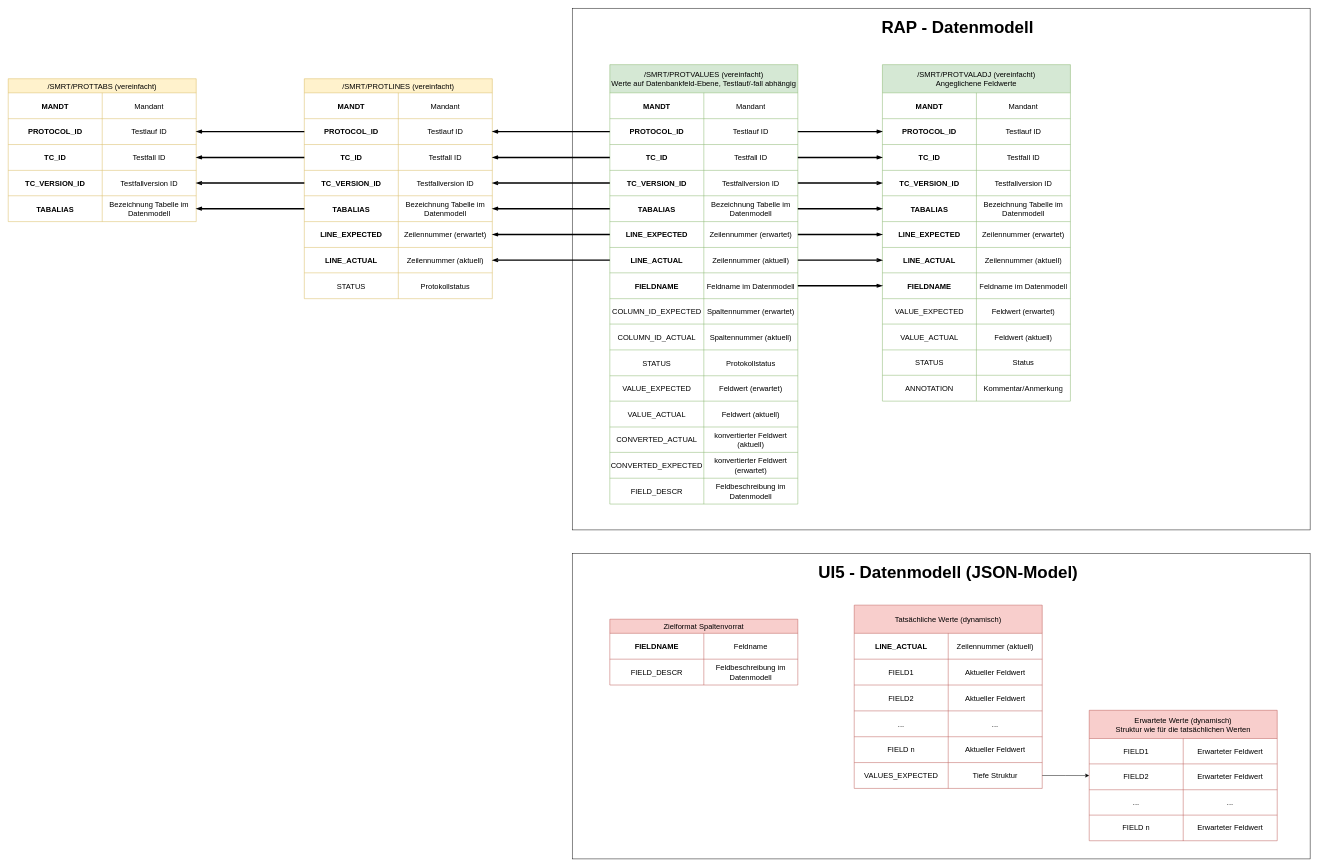
Raaphaaa/UI5-Playground keeps this draw.io diagram as Strukturierte Ansicht DatenModell.drawio. Above is the earlier version. Source tidied: cells renumbered, new cells numbered last; positions are measured from the earlier drawing's top-left corner, leaving out a move shared by most shapes. Both pictures are drawn from the tidied source at 47%, with x=0, y=0 at pixel (8, 8).
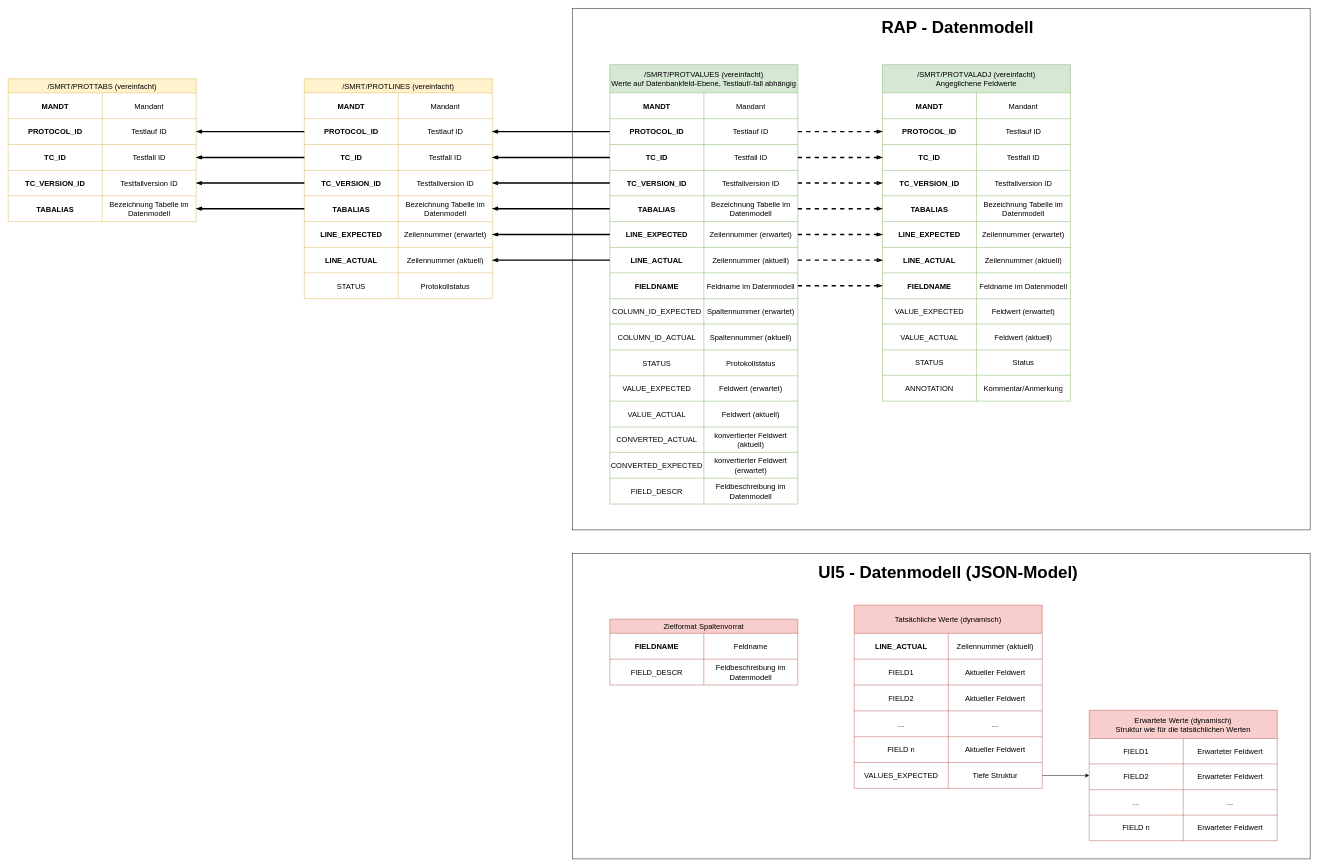
Above is the later version.

The change refers to these unchanged cells:
```xml
<mxCell id="8" style="shape=tableRow;horizontal=0;startSize=0;swimlaneHead=0;swimlaneBody=0;strokeColor=inherit;top=0;left=0;bottom=0;right=0;fillColor=none;points=[[0,0.5],[1,0.5]];portConstraint=eastwest;fontSize=16;" parent="4" vertex="1">
  <mxGeometry y="115" width="400" height="55" as="geometry" />
</mxCell>
<mxCell id="11" style="shape=tableRow;horizontal=0;startSize=0;swimlaneHead=0;swimlaneBody=0;strokeColor=inherit;top=0;left=0;bottom=0;right=0;fillColor=none;points=[[0,0.5],[1,0.5]];portConstraint=eastwest;fontSize=16;" parent="4" vertex="1">
  <mxGeometry y="170" width="400" height="55" as="geometry" />
</mxCell>
<mxCell id="14" style="shape=tableRow;horizontal=0;startSize=0;swimlaneHead=0;swimlaneBody=0;strokeColor=inherit;top=0;left=0;bottom=0;right=0;fillColor=none;points=[[0,0.5],[1,0.5]];portConstraint=eastwest;fontSize=16;" parent="4" vertex="1">
  <mxGeometry y="225" width="400" height="54" as="geometry" />
</mxCell>
<mxCell id="17" style="shape=tableRow;horizontal=0;startSize=0;swimlaneHead=0;swimlaneBody=0;strokeColor=inherit;top=0;left=0;bottom=0;right=0;fillColor=none;points=[[0,0.5],[1,0.5]];portConstraint=eastwest;fontSize=16;" parent="4" vertex="1">
  <mxGeometry y="279" width="400" height="55" as="geometry" />
</mxCell>
<mxCell id="20" style="shape=tableRow;horizontal=0;startSize=0;swimlaneHead=0;swimlaneBody=0;strokeColor=inherit;top=0;left=0;bottom=0;right=0;fillColor=none;points=[[0,0.5],[1,0.5]];portConstraint=eastwest;fontSize=16;" parent="4" vertex="1">
  <mxGeometry y="334" width="400" height="55" as="geometry" />
</mxCell>
<mxCell id="23" style="shape=tableRow;horizontal=0;startSize=0;swimlaneHead=0;swimlaneBody=0;strokeColor=inherit;top=0;left=0;bottom=0;right=0;fillColor=none;points=[[0,0.5],[1,0.5]];portConstraint=eastwest;fontSize=16;" parent="4" vertex="1">
  <mxGeometry y="389" width="400" height="54" as="geometry" />
</mxCell>
<mxCell id="26" style="shape=tableRow;horizontal=0;startSize=0;swimlaneHead=0;swimlaneBody=0;strokeColor=inherit;top=0;left=0;bottom=0;right=0;fillColor=none;points=[[0,0.5],[1,0.5]];portConstraint=eastwest;fontSize=16;" parent="4" vertex="1">
  <mxGeometry y="443" width="400" height="55" as="geometry" />
</mxCell>
<mxCell id="151" style="shape=tableRow;horizontal=0;startSize=0;swimlaneHead=0;swimlaneBody=0;strokeColor=inherit;top=0;left=0;bottom=0;right=0;fillColor=none;points=[[0,0.5],[1,0.5]];portConstraint=eastwest;fontSize=16;" parent="147" vertex="1">
  <mxGeometry y="115" width="400" height="55" as="geometry" />
</mxCell>
<mxCell id="154" style="shape=tableRow;horizontal=0;startSize=0;swimlaneHead=0;swimlaneBody=0;strokeColor=inherit;top=0;left=0;bottom=0;right=0;fillColor=none;points=[[0,0.5],[1,0.5]];portConstraint=eastwest;fontSize=16;" parent="147" vertex="1">
  <mxGeometry y="170" width="400" height="55" as="geometry" />
</mxCell>
<mxCell id="157" style="shape=tableRow;horizontal=0;startSize=0;swimlaneHead=0;swimlaneBody=0;strokeColor=inherit;top=0;left=0;bottom=0;right=0;fillColor=none;points=[[0,0.5],[1,0.5]];portConstraint=eastwest;fontSize=16;" parent="147" vertex="1">
  <mxGeometry y="225" width="400" height="54" as="geometry" />
</mxCell>
<mxCell id="160" style="shape=tableRow;horizontal=0;startSize=0;swimlaneHead=0;swimlaneBody=0;strokeColor=inherit;top=0;left=0;bottom=0;right=0;fillColor=none;points=[[0,0.5],[1,0.5]];portConstraint=eastwest;fontSize=16;" parent="147" vertex="1">
  <mxGeometry y="279" width="400" height="55" as="geometry" />
</mxCell>
<mxCell id="163" style="shape=tableRow;horizontal=0;startSize=0;swimlaneHead=0;swimlaneBody=0;strokeColor=inherit;top=0;left=0;bottom=0;right=0;fillColor=none;points=[[0,0.5],[1,0.5]];portConstraint=eastwest;fontSize=16;" parent="147" vertex="1">
  <mxGeometry y="334" width="400" height="55" as="geometry" />
</mxCell>
<mxCell id="166" style="shape=tableRow;horizontal=0;startSize=0;swimlaneHead=0;swimlaneBody=0;strokeColor=inherit;top=0;left=0;bottom=0;right=0;fillColor=none;points=[[0,0.5],[1,0.5]];portConstraint=eastwest;fontSize=16;" parent="147" vertex="1">
  <mxGeometry y="389" width="400" height="54" as="geometry" />
</mxCell>
<mxCell id="169" style="shape=tableRow;horizontal=0;startSize=0;swimlaneHead=0;swimlaneBody=0;strokeColor=inherit;top=0;left=0;bottom=0;right=0;fillColor=none;points=[[0,0.5],[1,0.5]];portConstraint=eastwest;fontSize=16;" parent="147" vertex="1">
  <mxGeometry y="443" width="400" height="55" as="geometry" />
</mxCell>
```

Diff of the diagram source:
```diff
@@
-    <mxCell id="145" style="edgeStyle=orthogonalEdgeStyle;rounded=1;jettySize=auto;html=1;strokeColor=default;strokeWidth=3;align=center;verticalAlign=middle;fontFamily=Helvetica;fontSize=11;fontColor=default;labelBackgroundColor=default;endArrow=openThin;endFill=0;curved=0;" parent="1" edge="1" source="8" target="151">
+    <mxCell id="145" style="edgeStyle=orthogonalEdgeStyle;rounded=1;jettySize=auto;html=1;strokeColor=default;strokeWidth=3;align=center;verticalAlign=middle;fontFamily=Helvetica;fontSize=11;fontColor=default;labelBackgroundColor=default;endArrow=openThin;endFill=0;curved=0;dashed=1;" parent="1" edge="1" source="8" target="151">
       <mxGeometry relative="1" as="geometry" />
     </mxCell>
-    <mxCell id="146" style="edgeStyle=orthogonalEdgeStyle;rounded=1;jettySize=auto;html=1;strokeColor=default;strokeWidth=3;align=center;verticalAlign=middle;fontFamily=Helvetica;fontSize=11;fontColor=default;labelBackgroundColor=default;endArrow=openThin;endFill=0;curved=0;" parent="1" edge="1" source="11" target="154">
+    <mxCell id="146" style="edgeStyle=orthogonalEdgeStyle;rounded=1;jettySize=auto;html=1;strokeColor=default;strokeWidth=3;align=center;verticalAlign=middle;fontFamily=Helvetica;fontSize=11;fontColor=default;labelBackgroundColor=default;endArrow=openThin;endFill=0;curved=0;dashed=1;" parent="1" edge="1" source="11" target="154">
       <mxGeometry relative="1" as="geometry" />
     </mxCell>
@@
-    <mxCell id="184" style="edgeStyle=orthogonalEdgeStyle;rounded=1;jettySize=auto;html=1;strokeColor=default;strokeWidth=3;align=center;verticalAlign=middle;fontFamily=Helvetica;fontSize=11;fontColor=default;labelBackgroundColor=default;endArrow=openThin;endFill=0;curved=0;" parent="1" edge="1" source="14" target="157">
+    <mxCell id="184" style="edgeStyle=orthogonalEdgeStyle;rounded=1;jettySize=auto;html=1;strokeColor=default;strokeWidth=3;align=center;verticalAlign=middle;fontFamily=Helvetica;fontSize=11;fontColor=default;labelBackgroundColor=default;endArrow=openThin;endFill=0;curved=0;dashed=1;" parent="1" edge="1" source="14" target="157">
       <mxGeometry relative="1" as="geometry" />
     </mxCell>
-    <mxCell id="185" style="edgeStyle=orthogonalEdgeStyle;rounded=1;jettySize=auto;html=1;strokeColor=default;strokeWidth=3;align=center;verticalAlign=middle;fontFamily=Helvetica;fontSize=11;fontColor=default;labelBackgroundColor=default;endArrow=openThin;endFill=0;curved=0;" parent="1" edge="1" source="17" target="160">
+    <mxCell id="185" style="edgeStyle=orthogonalEdgeStyle;rounded=1;jettySize=auto;html=1;strokeColor=default;strokeWidth=3;align=center;verticalAlign=middle;fontFamily=Helvetica;fontSize=11;fontColor=default;labelBackgroundColor=default;endArrow=openThin;endFill=0;curved=0;dashed=1;" parent="1" edge="1" source="17" target="160">
       <mxGeometry relative="1" as="geometry" />
     </mxCell>
-    <mxCell id="186" style="edgeStyle=orthogonalEdgeStyle;rounded=1;jettySize=auto;html=1;strokeColor=default;strokeWidth=3;align=center;verticalAlign=middle;fontFamily=Helvetica;fontSize=11;fontColor=default;labelBackgroundColor=default;endArrow=openThin;endFill=0;curved=0;" parent="1" edge="1" source="20" target="163">
+    <mxCell id="186" style="edgeStyle=orthogonalEdgeStyle;rounded=1;jettySize=auto;html=1;strokeColor=default;strokeWidth=3;align=center;verticalAlign=middle;fontFamily=Helvetica;fontSize=11;fontColor=default;labelBackgroundColor=default;endArrow=openThin;endFill=0;curved=0;dashed=1;" parent="1" edge="1" source="20" target="163">
       <mxGeometry relative="1" as="geometry" />
     </mxCell>
-    <mxCell id="187" style="edgeStyle=orthogonalEdgeStyle;rounded=1;jettySize=auto;html=1;strokeColor=default;strokeWidth=3;align=center;verticalAlign=middle;fontFamily=Helvetica;fontSize=11;fontColor=default;labelBackgroundColor=default;endArrow=openThin;endFill=0;curved=0;" parent="1" edge="1" source="23" target="166">
+    <mxCell id="187" style="edgeStyle=orthogonalEdgeStyle;rounded=1;jettySize=auto;html=1;strokeColor=default;strokeWidth=3;align=center;verticalAlign=middle;fontFamily=Helvetica;fontSize=11;fontColor=default;labelBackgroundColor=default;endArrow=openThin;endFill=0;curved=0;dashed=1;" parent="1" edge="1" source="23" target="166">
       <mxGeometry relative="1" as="geometry" />
     </mxCell>
-    <mxCell id="188" style="edgeStyle=orthogonalEdgeStyle;rounded=1;jettySize=auto;html=1;strokeColor=default;strokeWidth=3;align=center;verticalAlign=middle;fontFamily=Helvetica;fontSize=11;fontColor=default;labelBackgroundColor=default;endArrow=openThin;endFill=0;curved=0;" parent="1" edge="1" source="26" target="169">
+    <mxCell id="188" style="edgeStyle=orthogonalEdgeStyle;rounded=1;jettySize=auto;html=1;strokeColor=default;strokeWidth=3;align=center;verticalAlign=middle;fontFamily=Helvetica;fontSize=11;fontColor=default;labelBackgroundColor=default;endArrow=openThin;endFill=0;curved=0;dashed=1;" parent="1" edge="1" source="26" target="169">
       <mxGeometry relative="1" as="geometry" />
     </mxCell>
```
